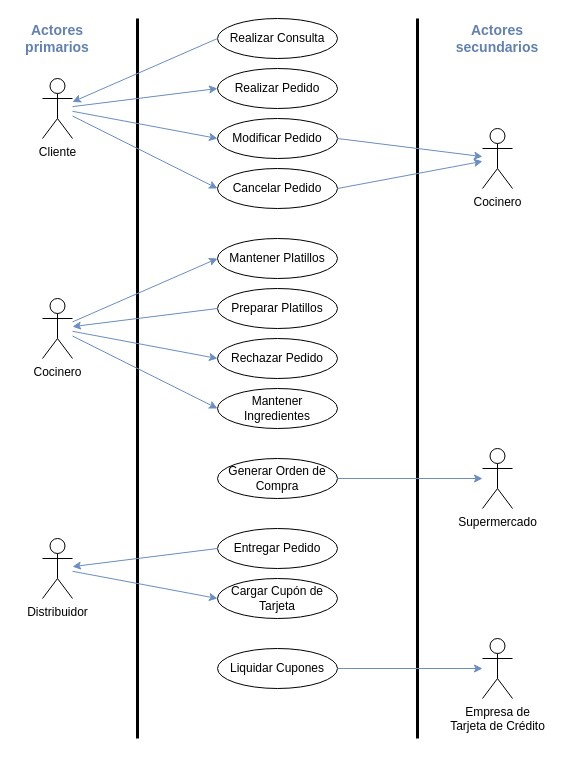
Above: TP1/diagramas/casos de uso/diag.drawio in mauro7x/aninfo (draw.io), before the change. Source tidied: cells renumbered, new cells numbered last; positions are measured from the earlier drawing's top-left corner, leaving out a move shared by most shapes. Both pictures are drawn from the tidied source at 100%, with x=0, y=0 at pixel (17, 18).
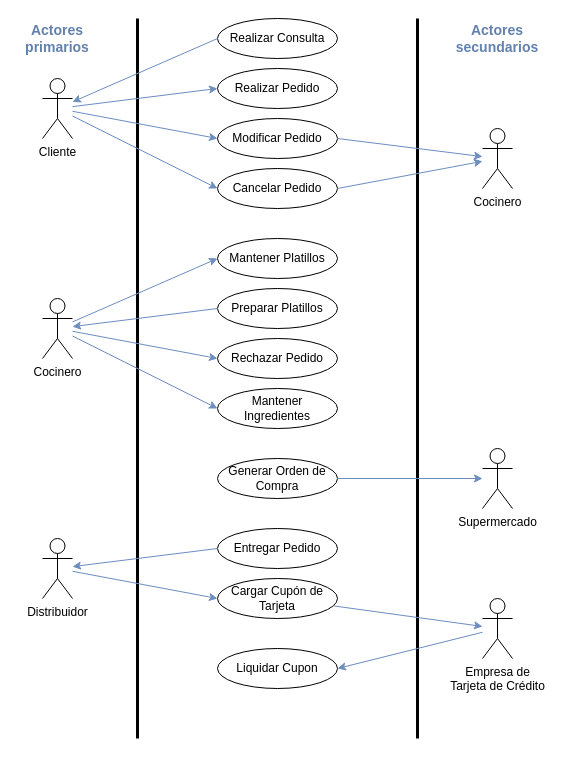
The same page after the edit.

Commit message (it also covers changes not shown here):
diag caso de uso

The change refers to these unchanged cells:
```xml
<mxCell id="30" value="Cargar Cupón de Tarjeta" style="ellipse;whiteSpace=wrap;html=1;strokeWidth=1;fontSize=12;" parent="1" vertex="1">
  <mxGeometry x="200" y="560" width="120" height="40" as="geometry" />
</mxCell>
```

Change to the diagram source:
```diff
@@
     <mxCell id="32" value="Empresa de&lt;br&gt;Tarjeta de Crédito" style="shape=umlActor;verticalLabelPosition=bottom;verticalAlign=top;html=1;outlineConnect=0;" parent="1" vertex="1">
-      <mxGeometry x="465" y="620" width="30" height="60" as="geometry" />
+      <mxGeometry x="465" y="580" width="30" height="60" as="geometry" />
     </mxCell>
-    <mxCell id="33" value="Liquidar Cupones" style="ellipse;whiteSpace=wrap;html=1;strokeWidth=1;fontSize=12;" parent="1" vertex="1">
+    <mxCell id="33" value="Liquidar Cupon" style="ellipse;whiteSpace=wrap;html=1;strokeWidth=1;fontSize=12;" parent="1" vertex="1">
       <mxGeometry x="200" y="630" width="120" height="40" as="geometry" />
     </mxCell>
-    <mxCell id="34" style="endArrow=classic;html=1;strokeWidth=1;fontSize=14;fillColor=#dae8fc;strokeColor=#6c8ebf;exitX=1;exitY=0.5;exitDx=0;exitDy=0;" parent="1" edge="1" source="33" target="32">
+    <mxCell id="34" style="endArrow=classic;html=1;strokeWidth=1;fontSize=14;fillColor=#dae8fc;strokeColor=#6c8ebf;" parent="1" edge="1" source="30" target="32">
       <mxGeometry relative="1" as="geometry" />
     </mxCell>
@@
+    <mxCell id="38" style="endArrow=classic;html=1;strokeWidth=1;fontSize=14;fillColor=#dae8fc;strokeColor=#6c8ebf;entryX=1;entryY=0.5;entryDx=0;entryDy=0;" parent="1" edge="1" source="32" target="33">
+      <mxGeometry relative="1" as="geometry" />
+    </mxCell>
```
